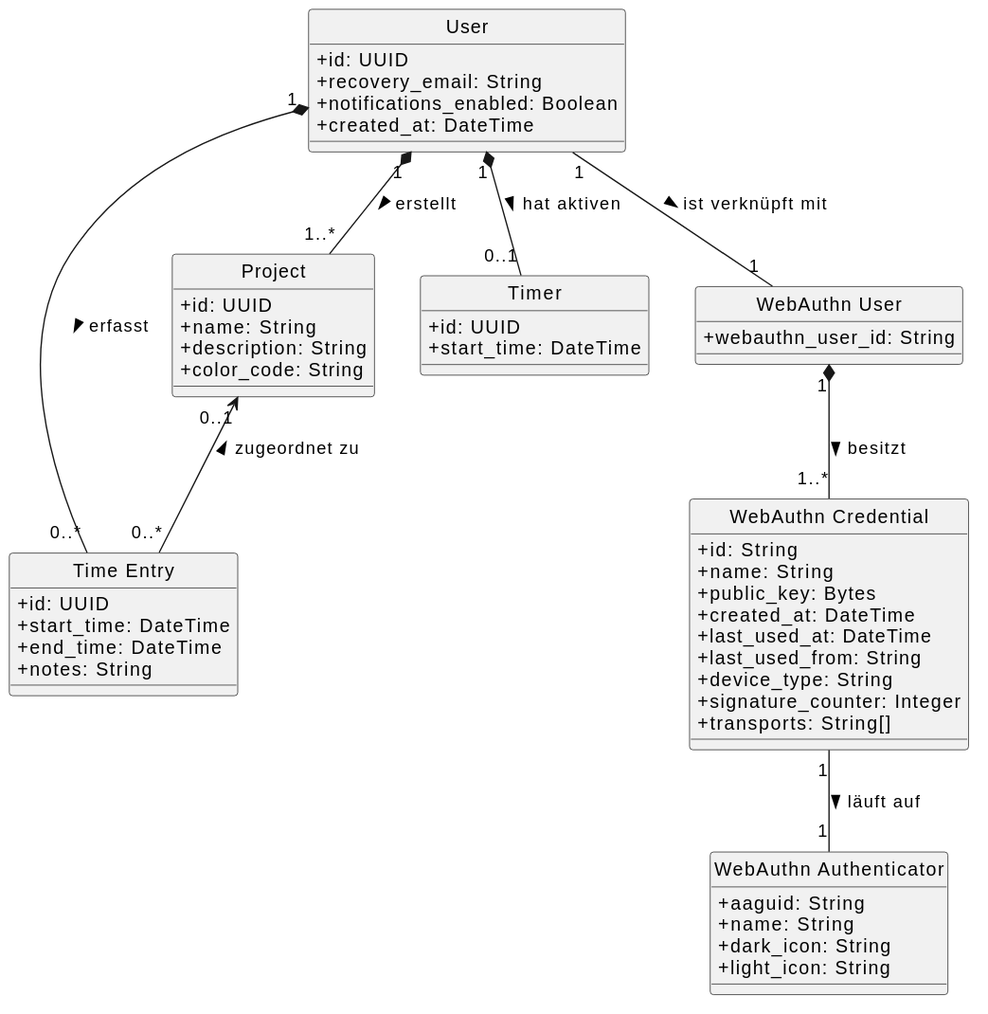
The PlantUML diagram concept/UML Class Diagram Entities.svg in SantaClaas/enterprise-web-development, before a commit. The source it was exported from:
```plantuml
@startuml
skinparam classAttributeIconSize 0
hide circle

class User {
  + id: UUID
  + recovery_email: String
  + notifications_enabled: Boolean
  + created_at: DateTime
}

class "Time Entry" as TimeEntry {
  + id: UUID
  + start_time: DateTime
  + end_time: DateTime
  + notes: String
}

class Project {
  + id: UUID
  + name: String
  + description: String
  + color_code: String
}

class Timer {
  + id: UUID
  + start_time: DateTime
}

class "WebAuthn User" as WebAuthnUser {
  + webauthn_user_id: String
}

class "WebAuthn Credential" as WebAuthnCredential {
  + id: String
  + name: String
  + public_key: Bytes
  + created_at: DateTime
  + last_used_at: DateTime
  + last_used_from: String
  + device_type: String
  + signature_counter: Integer
  + transports: String[]
}

class "WebAuthn Authenticator" as WebAuthnAuthenticator {
  + aaguid: String
  + name: String
  + dark_icon: String
  + light_icon: String
}

User "1" *-- "0..*" TimeEntry : erfasst >
User "1" *-- "1..*" Project : erstellt >
User "1" *-- "0..1" Timer : hat aktiven >

Project "0..1" <-- "0..*" TimeEntry : zugeordnet zu <

User "1" -- "1" WebAuthnUser : ist verknüpft mit >
WebAuthnUser "1" *-- "1..*" WebAuthnCredential : besitzt >
WebAuthnCredential "1" -- "1" WebAuthnAuthenticator : läuft auf >
@enduml
```
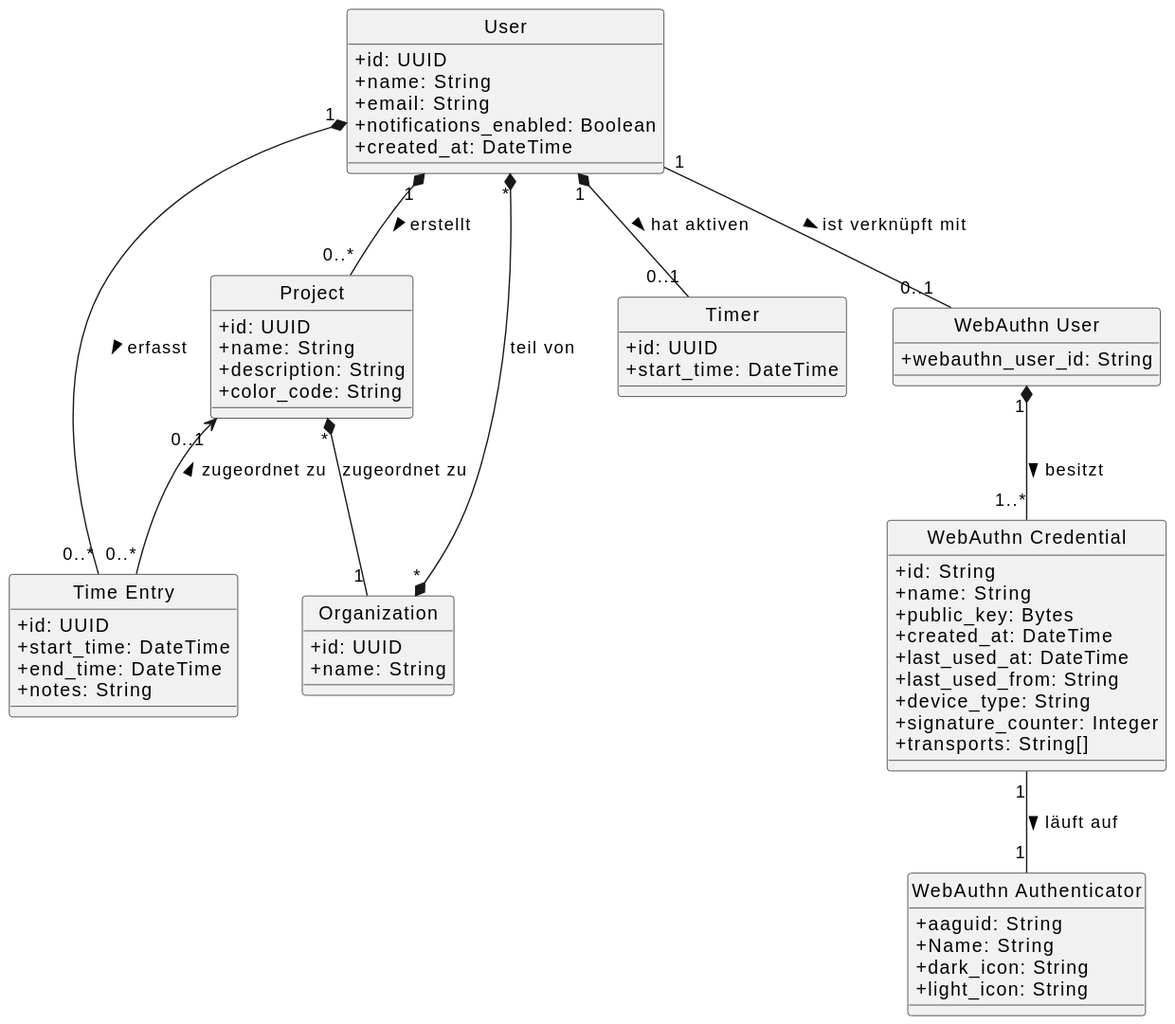
The same file after the commit.

Diff of the diagram source:
```diff
@@ -4,7 +4,8 @@
 
 class User {
   + id: UUID
-  + recovery_email: String
+  + name: String
+  + email: String
   + notifications_enabled: Boolean
   + created_at: DateTime
 }
@@ -21,6 +22,11 @@
   + name: String
   + description: String
   + color_code: String
+}
+
+class Organization {
+  + id: UUID
+  + name: String
 }
 
 class Timer {
@@ -46,18 +52,20 @@
 
 class "WebAuthn Authenticator" as WebAuthnAuthenticator {
   + aaguid: String
-  + name: String
+  + Name: String
   + dark_icon: String
   + light_icon: String
 }
 
 User "1" *-- "0..*" TimeEntry : erfasst >
-User "1" *-- "1..*" Project : erstellt >
+User "1" *-- "0..*" Project : erstellt >
 User "1" *-- "0..1" Timer : hat aktiven >
+User "*" *-* "*" Organization : teil von
+Project "*" *-- "1" Organization : zugeordnet zu
 
 Project "0..1" <-- "0..*" TimeEntry : zugeordnet zu <
 
-User "1" -- "1" WebAuthnUser : ist verknüpft mit >
+User "1" -- "0..1" WebAuthnUser : ist verknüpft mit >
 WebAuthnUser "1" *-- "1..*" WebAuthnCredential : besitzt >
 WebAuthnCredential "1" -- "1" WebAuthnAuthenticator : läuft auf >
 @enduml
```
